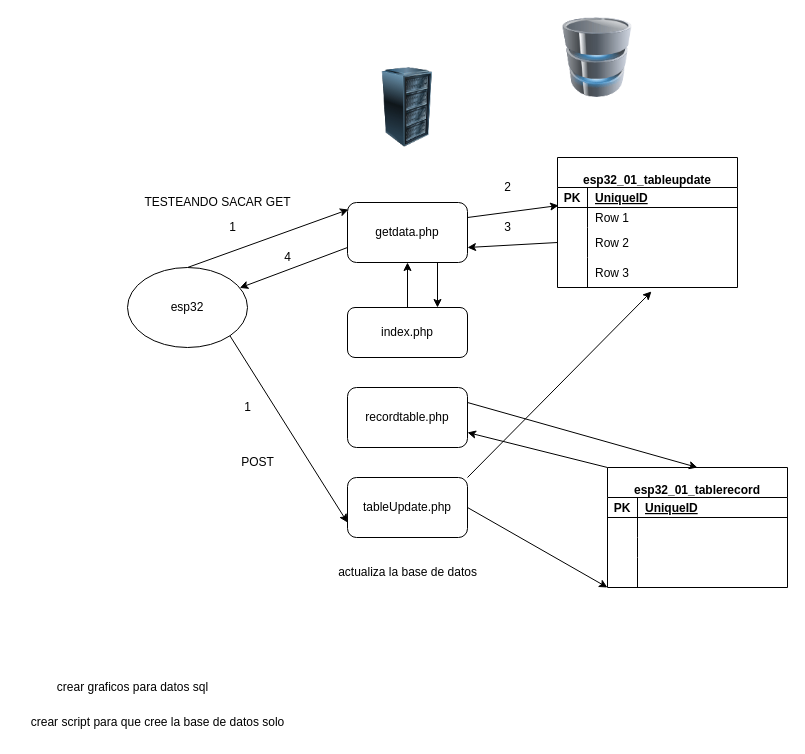
Before: AAESTACIONM-MASTER-ASUBIR/draw.drawio in psiconervio/Esp32-Dashboard-Simplificado, a draw.io diagram. Source tidied: cells renumbered, new cells numbered last; positions are measured from the earlier drawing's top-left corner, leaving out a move shared by most shapes. Both pictures are drawn from the tidied source at 100%, with x=0, y=0 at pixel (17, 17).
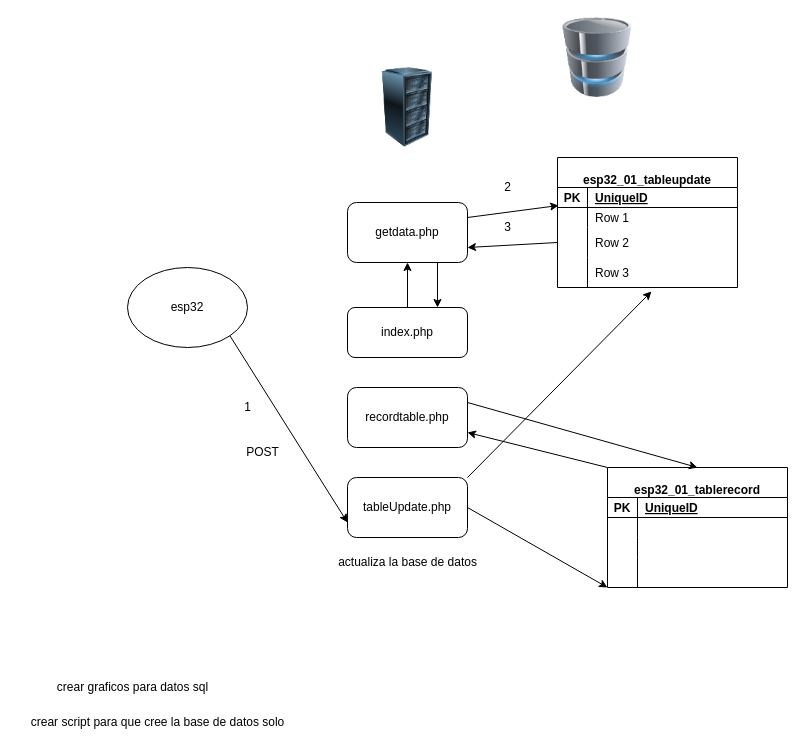
Above is the later version.

The change refers to these unchanged cells:
```xml
<mxCell id="3" value="esp32" style="ellipse;whiteSpace=wrap;html=1;" parent="1" vertex="1">
  <mxGeometry x="110" y="250" width="120" height="80" as="geometry" />
</mxCell>
<mxCell id="7" value="getdata.php" style="rounded=1;whiteSpace=wrap;html=1;" parent="1" vertex="1">
  <mxGeometry x="330" y="185" width="120" height="60" as="geometry" />
</mxCell>
```

The edit, as a diff of the source:
```diff
@@
-    <mxCell id="2" style="edgeStyle=none;html=1;exitX=0.5;exitY=0;exitDx=0;exitDy=0;entryX=0.008;entryY=0.117;entryDx=0;entryDy=0;entryPerimeter=0;" parent="1" edge="1" source="3" target="7">
-      <mxGeometry relative="1" as="geometry" />
-    </mxCell>
@@
-    <mxCell id="4" style="edgeStyle=none;html=1;exitX=0;exitY=0.75;exitDx=0;exitDy=0;" parent="1" edge="1" source="7" target="3">
-      <mxGeometry relative="1" as="geometry" />
-    </mxCell>
@@
     <mxCell id="12" value="actualiza la base de datos&lt;br&gt;" style="text;html=1;align=center;verticalAlign=middle;strokeColor=none;fillColor=none;" parent="1" vertex="1">
-      <mxGeometry x="310" y="540" width="160" height="30" as="geometry" />
+      <mxGeometry x="310" y="530" width="160" height="30" as="geometry" />
     </mxCell>
@@
     <mxCell id="15" value="POST" style="text;html=1;align=center;verticalAlign=middle;strokeColor=none;fillColor=none;" parent="1" vertex="1">
-      <mxGeometry x="210" y="430" width="60" height="30" as="geometry" />
+      <mxGeometry x="215" y="420" width="60" height="30" as="geometry" />
     </mxCell>
@@
-    <mxCell id="48" value="1" style="text;html=1;align=center;verticalAlign=middle;strokeColor=none;fillColor=none;" parent="1" vertex="1">
-      <mxGeometry x="200" y="195" width="30" height="30" as="geometry" />
-    </mxCell>
@@
-    <mxCell id="52" value="4" style="text;html=1;align=center;verticalAlign=middle;strokeColor=none;fillColor=none;" parent="1" vertex="1">
-      <mxGeometry x="255" y="225" width="30" height="30" as="geometry" />
-    </mxCell>
-    <mxCell id="53" value="TESTEANDO SACAR GET" style="text;html=1;align=center;verticalAlign=middle;strokeColor=none;fillColor=none;" parent="1" vertex="1">
-      <mxGeometry x="115" y="170" width="170" height="30" as="geometry" />
-    </mxCell>
```
